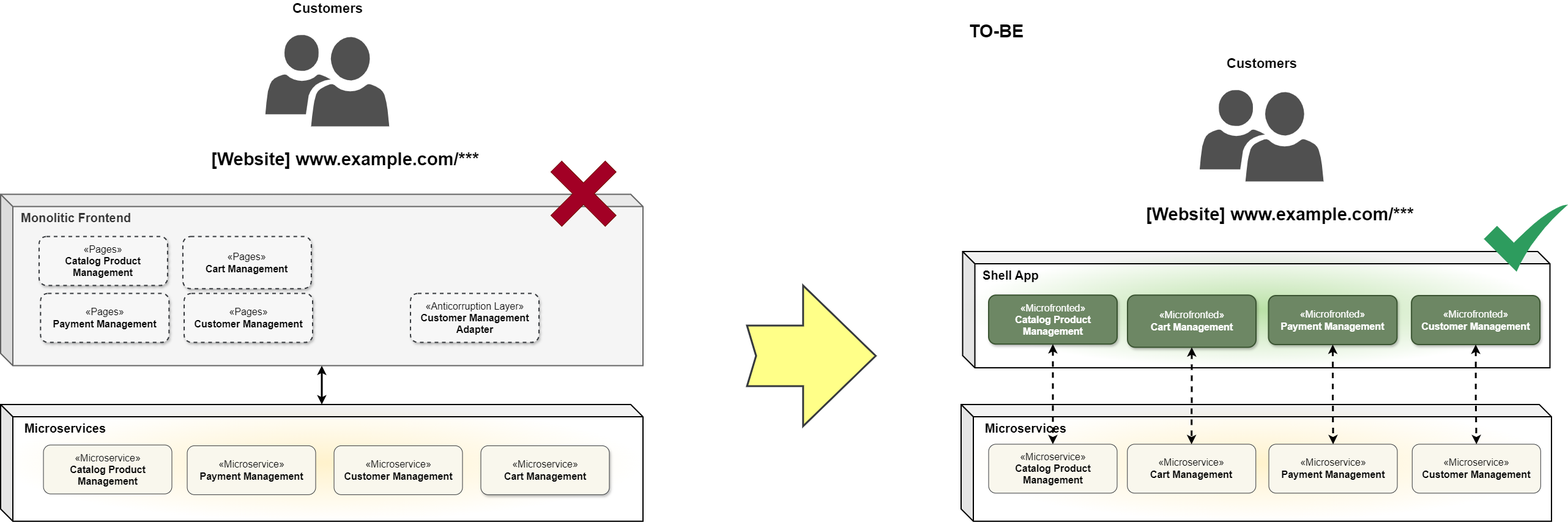
Earlier version of the draw.io export images/Strangler_Fig_To_Be.png (soryan01/strangler-fig-microfrontend). Source tidied: cells renumbered, new cells last; positions are measured from the earlier drawing's top-left corner, leaving out a move shared by most shapes. Source of this version:
```xml
<mxGraphModel>
  <root>
    <mxCell id="0" />
    <mxCell id="1" parent="0" />
    <mxCell id="2" value="&lt;b style=&quot;font-size: 20px;&quot;&gt;&amp;nbsp; Shell App&lt;/b&gt;" style="shape=cube;whiteSpace=wrap;html=1;boundedLbl=1;backgroundOutline=1;darkOpacity=0.05;darkOpacity2=0.1;align=left;verticalAlign=top;shadow=0;gradientColor=#FFFFFF;fillColor=#B9E0A5;gradientDirection=radial;strokeWidth=2;strokeColor=default;fontFamily=Helvetica;fontSize=12;fontColor=default;" parent="1" vertex="1">
      <mxGeometry x="1572.5" y="384.5" width="960" height="190" as="geometry" />
    </mxCell>
    <mxCell id="3" value="&lt;font style=&quot;font-size: 16px;&quot;&gt;«Microfronted»&lt;br style=&quot;&quot;&gt;&lt;b&gt;Customer Management&lt;/b&gt;&lt;/font&gt;" style="html=1;whiteSpace=wrap;fontSize=9;rounded=1;align=center;verticalAlign=middle;fontFamily=Helvetica;fillColor=#6d8764;fontColor=#ffffff;strokeColor=#3A5431;shadow=1;strokeWidth=2;" parent="1" vertex="1">
      <mxGeometry x="2306.2" y="456.5" width="210" height="80" as="geometry" />
    </mxCell>
    <mxCell id="4" value="&lt;font style=&quot;font-size: 16px;&quot;&gt;«Microfronted»&lt;br style=&quot;&quot;&gt;&lt;b&gt;Cart Management&lt;/b&gt;&lt;/font&gt;" style="html=1;whiteSpace=wrap;fontSize=9;rounded=1;align=center;verticalAlign=middle;fontFamily=Helvetica;fillColor=#6d8764;fontColor=#ffffff;strokeColor=#3A5431;shadow=1;strokeWidth=2;" parent="1" vertex="1">
      <mxGeometry x="1842" y="455.8" width="210" height="85.2" as="geometry" />
    </mxCell>
    <mxCell id="5" value="&lt;font style=&quot;font-size: 16px;&quot;&gt;«Microfronted»&lt;br style=&quot;&quot;&gt;&lt;b&gt;Payment Management&lt;/b&gt;&lt;/font&gt;" style="html=1;whiteSpace=wrap;fontSize=9;rounded=1;align=center;verticalAlign=middle;fontFamily=Helvetica;fillColor=#6d8764;fontColor=#ffffff;strokeColor=#3A5431;shadow=1;strokeWidth=2;" parent="1" vertex="1">
      <mxGeometry x="2072.5" y="456.5" width="210" height="80" as="geometry" />
    </mxCell>
    <mxCell id="6" value="&lt;font style=&quot;font-size: 16px;&quot;&gt;«Microfronted»&lt;br style=&quot;&quot;&gt;&lt;b&gt;Catalog Product Management&lt;/b&gt;&lt;/font&gt;" style="html=1;whiteSpace=wrap;fontSize=9;rounded=1;align=center;verticalAlign=middle;fontFamily=Helvetica;fillColor=#6d8764;strokeColor=#3A5431;shadow=1;strokeWidth=2;fontColor=#ffffff;" parent="1" vertex="1">
      <mxGeometry x="1615" y="455.8" width="210" height="80" as="geometry" />
    </mxCell>
    <mxCell id="7" value="&lt;span style=&quot;font-size: 20px;&quot;&gt;&lt;b&gt;&amp;nbsp; &amp;nbsp;Microservices&lt;/b&gt;&lt;/span&gt;" style="shape=cube;whiteSpace=wrap;html=1;boundedLbl=1;backgroundOutline=1;darkOpacity=0.05;darkOpacity2=0.1;align=left;verticalAlign=top;shadow=0;gradientColor=#FFFFFF;fillColor=#FFF2CC;gradientDirection=radial;strokeWidth=2;" parent="1" vertex="1">
      <mxGeometry x="1570" y="634.5" width="965" height="190.8" as="geometry" />
    </mxCell>
    <mxCell id="8" value="&lt;span style=&quot;font-size: 16px;&quot;&gt;«Microservice»&lt;/span&gt;&lt;br style=&quot;font-size: 16px;&quot;&gt;&lt;b style=&quot;font-size: 16px;&quot;&gt;Payment Management&lt;/b&gt;" style="html=1;whiteSpace=wrap;fontSize=9;rounded=1;align=center;verticalAlign=middle;fontFamily=Helvetica;fillColor=#f9f7ed;fontColor=default;strokeColor=#36393d;" parent="1" vertex="1">
      <mxGeometry x="2073" y="699.4" width="210" height="80" as="geometry" />
    </mxCell>
    <mxCell id="9" value="&lt;span style=&quot;font-size: 16px;&quot;&gt;«Microservice»&lt;/span&gt;&lt;br style=&quot;font-size: 16px;&quot;&gt;&lt;b style=&quot;font-size: 16px;&quot;&gt;Customer Management&lt;/b&gt;" style="html=1;whiteSpace=wrap;fontSize=9;rounded=1;align=center;verticalAlign=middle;fontFamily=Helvetica;fillColor=#f9f7ed;fontColor=default;strokeColor=#36393d;" parent="1" vertex="1">
      <mxGeometry x="2307.3" y="699.4" width="210" height="80" as="geometry" />
    </mxCell>
    <mxCell id="10" value="&lt;span style=&quot;font-size: 16px;&quot;&gt;«Microservice»&lt;/span&gt;&lt;br style=&quot;font-size: 16px;&quot;&gt;&lt;b style=&quot;font-size: 16px;&quot;&gt;Cart Management&lt;/b&gt;" style="html=1;whiteSpace=wrap;fontSize=9;rounded=1;align=center;verticalAlign=middle;fontFamily=Helvetica;fillColor=#f9f7ed;fontColor=default;strokeColor=#36393d;" parent="1" vertex="1">
      <mxGeometry x="1841.8" y="699.4" width="210" height="80" as="geometry" />
    </mxCell>
    <mxCell id="11" value="&lt;font style=&quot;font-size: 16px;&quot;&gt;«Microservice»&lt;br style=&quot;&quot;&gt;&lt;b&gt;Catalog Product Management&lt;/b&gt;&lt;/font&gt;" style="html=1;whiteSpace=wrap;fontSize=9;rounded=1;align=center;verticalAlign=middle;fontFamily=Helvetica;fillColor=#f9f7ed;strokeColor=#36393d;" parent="1" vertex="1">
      <mxGeometry x="1615" y="699.4" width="210" height="80" as="geometry" />
    </mxCell>
    <mxCell id="12" style="edgeStyle=orthogonalEdgeStyle;rounded=0;jettySize=auto;html=1;dashed=1;strokeColor=default;strokeWidth=3;align=center;verticalAlign=middle;fontFamily=Helvetica;fontSize=11;fontColor=default;labelBackgroundColor=default;endArrow=classic;exitX=0.5;exitY=1;exitDx=0;exitDy=0;entryX=0.5;entryY=0;entryDx=0;entryDy=0;startArrow=classic;startFill=1;" parent="1" edge="1" source="6" target="11">
      <mxGeometry relative="1" as="geometry" />
    </mxCell>
    <mxCell id="13" style="edgeStyle=orthogonalEdgeStyle;rounded=0;jettySize=auto;html=1;dashed=1;strokeColor=default;strokeWidth=3;align=center;verticalAlign=middle;fontFamily=Helvetica;fontSize=11;fontColor=default;labelBackgroundColor=default;endArrow=classic;exitX=0.5;exitY=1;exitDx=0;exitDy=0;startArrow=classic;startFill=1;" parent="1" edge="1" source="4" target="10">
      <mxGeometry relative="1" as="geometry" />
    </mxCell>
    <mxCell id="14" style="edgeStyle=orthogonalEdgeStyle;rounded=0;jettySize=auto;html=1;dashed=1;strokeColor=default;strokeWidth=3;align=center;verticalAlign=middle;fontFamily=Helvetica;fontSize=11;fontColor=default;labelBackgroundColor=default;endArrow=classic;startArrow=classic;startFill=1;" parent="1" edge="1" source="5" target="8">
      <mxGeometry relative="1" as="geometry" />
    </mxCell>
    <mxCell id="15" style="edgeStyle=orthogonalEdgeStyle;rounded=0;jettySize=auto;html=1;dashed=1;strokeColor=default;strokeWidth=3;align=center;verticalAlign=middle;fontFamily=Helvetica;fontSize=11;fontColor=default;labelBackgroundColor=default;endArrow=classic;startArrow=classic;startFill=1;" parent="1" edge="1" source="3" target="9">
      <mxGeometry relative="1" as="geometry" />
    </mxCell>
    <mxCell id="16" style="edgeStyle=orthogonalEdgeStyle;rounded=0;jettySize=auto;html=1;startArrow=classic;startFill=1;strokeWidth=3;" parent="1" edge="1" source="17" target="24">
      <mxGeometry relative="1" as="geometry" />
    </mxCell>
    <mxCell id="17" value="&lt;span style=&quot;font-size: 20px;&quot;&gt;&lt;b&gt;&amp;nbsp; Monolitic Frontend&lt;/b&gt;&lt;/span&gt;" style="shape=cube;whiteSpace=wrap;html=1;boundedLbl=1;backgroundOutline=1;darkOpacity=0.05;darkOpacity2=0.1;align=left;verticalAlign=top;shadow=0;gradientDirection=radial;strokeWidth=2;fillColor=#f5f5f5;fontColor=#333333;strokeColor=#666666;" parent="1" vertex="1">
      <mxGeometry y="291" width="1050" height="280" as="geometry" />
    </mxCell>
    <mxCell id="18" value="&lt;font style=&quot;font-size: 16px;&quot;&gt;«Pages»&lt;br style=&quot;&quot;&gt;&lt;b&gt;Customer Management&lt;/b&gt;&lt;/font&gt;" style="html=1;whiteSpace=wrap;fontSize=9;rounded=1;align=center;verticalAlign=middle;fontFamily=Helvetica;fillColor=#F7F7F7;fontColor=#000000;strokeColor=#36393d;dashed=1;strokeWidth=2;gradientColor=none;shadow=1;" parent="1" vertex="1">
      <mxGeometry x="300" y="453" width="210" height="80" as="geometry" />
    </mxCell>
    <mxCell id="19" value="&lt;font style=&quot;font-size: 16px;&quot;&gt;«Pages»&lt;br style=&quot;&quot;&gt;&lt;b&gt;Cart Management&lt;/b&gt;&lt;/font&gt;" style="html=1;whiteSpace=wrap;fontSize=9;rounded=1;align=center;verticalAlign=middle;fontFamily=Helvetica;fillColor=#F7F7F7;fontColor=#000000;strokeColor=#36393d;shadow=1;dashed=1;strokeWidth=2;gradientColor=none;" parent="1" vertex="1">
      <mxGeometry x="297.9" y="360" width="210" height="85.2" as="geometry" />
    </mxCell>
    <mxCell id="20" value="&lt;font style=&quot;font-size: 16px;&quot;&gt;«Pages»&lt;br style=&quot;&quot;&gt;&lt;b&gt;Payment Management&lt;/b&gt;&lt;/font&gt;" style="html=1;whiteSpace=wrap;fontSize=9;rounded=1;align=center;verticalAlign=middle;fontFamily=Helvetica;fillColor=#F7F7F7;fontColor=#000000;strokeColor=#36393d;shadow=1;dashed=1;strokeWidth=2;gradientColor=none;" parent="1" vertex="1">
      <mxGeometry x="65.3" y="453" width="210" height="80" as="geometry" />
    </mxCell>
    <mxCell id="21" value="&lt;font style=&quot;font-size: 16px;&quot;&gt;«Pages»&lt;br style=&quot;&quot;&gt;&lt;b&gt;Catalog Product Management&lt;/b&gt;&lt;/font&gt;" style="html=1;whiteSpace=wrap;fontSize=9;rounded=1;align=center;verticalAlign=middle;fontFamily=Helvetica;fillColor=#F7F7F7;strokeColor=#36393d;shadow=1;dashed=1;strokeWidth=2;fontColor=#000000;gradientColor=none;" parent="1" vertex="1">
      <mxGeometry x="62.9" y="360" width="210" height="80" as="geometry" />
    </mxCell>
    <mxCell id="22" value="&lt;font style=&quot;font-size: 16px;&quot;&gt;«Anticorruption Layer»&lt;br style=&quot;&quot;&gt;&lt;b&gt;Customer Management Adapter&lt;/b&gt;&lt;/font&gt;" style="html=1;whiteSpace=wrap;fontSize=9;rounded=1;align=center;verticalAlign=middle;fontFamily=Helvetica;fillColor=#F7F7F7;strokeColor=#36393d;strokeWidth=2;fontColor=#000000;shadow=1;dashed=1;gradientColor=none;" parent="1" vertex="1">
      <mxGeometry x="670" y="453" width="210" height="80" as="geometry" />
    </mxCell>
    <mxCell id="23" style="shape=cross;whiteSpace=wrap;html=1;fillColor=#a20025;strokeColor=#6F0000;rotation=45;fontColor=#ffffff;" parent="1" vertex="1">
      <mxGeometry x="890" y="227.2" width="125.5" height="125.5" as="geometry" />
    </mxCell>
    <mxCell id="24" value="&lt;span style=&quot;font-size: 20px;&quot;&gt;&lt;b&gt;&amp;nbsp; &amp;nbsp;Microservices&lt;/b&gt;&lt;/span&gt;" style="shape=cube;whiteSpace=wrap;html=1;boundedLbl=1;backgroundOutline=1;darkOpacity=0.05;darkOpacity2=0.1;align=left;verticalAlign=top;shadow=0;gradientColor=#FFFFFF;fillColor=#FFF2CC;gradientDirection=radial;strokeWidth=2;" parent="1" vertex="1">
      <mxGeometry y="634.5" width="1050" height="190.8" as="geometry" />
    </mxCell>
    <mxCell id="25" value="&lt;font style=&quot;font-size: 16px;&quot;&gt;«Microservice»&lt;br style=&quot;&quot;&gt;&lt;b&gt;Customer Management&lt;/b&gt;&lt;/font&gt;" style="html=1;whiteSpace=wrap;fontSize=9;rounded=1;align=center;verticalAlign=middle;fontFamily=Helvetica;fillColor=#f9f7ed;fontColor=default;strokeColor=#36393d;" parent="1" vertex="1">
      <mxGeometry x="545" y="701.9" width="210" height="80" as="geometry" />
    </mxCell>
    <mxCell id="26" value="&lt;font style=&quot;font-size: 16px;&quot;&gt;«Microservice»&lt;br style=&quot;&quot;&gt;&lt;b&gt;Cart Management&lt;/b&gt;&lt;/font&gt;" style="html=1;whiteSpace=wrap;fontSize=9;rounded=1;align=center;verticalAlign=middle;fontFamily=Helvetica;fillColor=#f9f7ed;fontColor=default;strokeColor=#36393d;shadow=1;" parent="1" vertex="1">
      <mxGeometry x="785" y="701.9" width="210" height="80" as="geometry" />
    </mxCell>
    <mxCell id="27" value="&lt;font style=&quot;font-size: 16px;&quot;&gt;«Microservice»&lt;br style=&quot;&quot;&gt;&lt;b&gt;Payment Management&lt;/b&gt;&lt;/font&gt;" style="html=1;whiteSpace=wrap;fontSize=9;rounded=1;align=center;verticalAlign=middle;fontFamily=Helvetica;fillColor=#f9f7ed;fontColor=default;strokeColor=#36393d;" parent="1" vertex="1">
      <mxGeometry x="305" y="701.9" width="210" height="80" as="geometry" />
    </mxCell>
    <mxCell id="28" value="&lt;font style=&quot;font-size: 16px;&quot;&gt;«Microservice»&lt;br style=&quot;&quot;&gt;&lt;b&gt;Catalog Product Management&lt;/b&gt;&lt;/font&gt;" style="html=1;whiteSpace=wrap;fontSize=9;rounded=1;align=center;verticalAlign=middle;fontFamily=Helvetica;fillColor=#f9f7ed;strokeColor=#36393d;" parent="1" vertex="1">
      <mxGeometry x="70" y="700.6" width="210" height="80" as="geometry" />
    </mxCell>
    <mxCell id="29" style="sketch=0;html=1;strokeColor=none;shadow=0;align=center;fillColor=#2D9C5E;verticalAlign=top;labelPosition=center;verticalLabelPosition=bottom;shape=mxgraph.gcp2.check;" parent="1" vertex="1">
      <mxGeometry x="2424.5" y="307.5" width="137.5" height="110" as="geometry" />
    </mxCell>
    <mxCell id="30" style="html=1;shadow=0;dashed=0;align=center;verticalAlign=middle;shape=mxgraph.arrows2.arrow;dy=0.57;dx=118.72;notch=15;fillColor=#ffff88;strokeColor=#36393d;strokeWidth=3;" parent="1" vertex="1">
      <mxGeometry x="1220" y="440" width="210.4" height="230" as="geometry" />
    </mxCell>
    <mxCell id="31" value="&lt;b&gt;Customers&lt;/b&gt;&lt;div&gt;&lt;br&gt;&lt;/div&gt;" style="sketch=0;shadow=0;dashed=0;html=1;strokeColor=none;labelPosition=center;verticalLabelPosition=top;verticalAlign=bottom;align=center;fillColor=#505050;shape=mxgraph.mscae.intune.user_group;fontSize=22;" parent="1" vertex="1">
      <mxGeometry x="1960" y="120" width="202.6" height="149.9" as="geometry" />
    </mxCell>
    <object id="32" label="&lt;font style=&quot;font-size: 29px;&quot;&gt;&lt;b style=&quot;font-size: 29px;&quot;&gt;&lt;div style=&quot;text-align: left; font-size: 29px;&quot;&gt;%c4Name%&lt;/div&gt;&lt;/b&gt;&lt;/font&gt;&lt;div style=&quot;text-align: left; font-size: 29px;&quot;&gt;%c4Description%&lt;/div&gt;" c4Description="" c4Name="[Website] www.example.com/***" c4Type="ContainerDiagramTitle" placeholders="1">
      <mxCell style="text;html=1;strokeColor=none;fillColor=none;align=left;verticalAlign=top;whiteSpace=wrap;rounded=0;fontFamily=Helvetica;fontSize=29;fontColor=default;" parent="1" vertex="1">
        <mxGeometry x="1870" y="300" width="537.2" height="40" as="geometry" />
      </mxCell>
    </object>
    <mxCell id="33" value="&lt;b&gt;Customers&lt;/b&gt;&lt;div&gt;&lt;br&gt;&lt;/div&gt;" style="sketch=0;shadow=0;dashed=0;html=1;strokeColor=none;labelPosition=center;verticalLabelPosition=top;verticalAlign=bottom;align=center;fillColor=#505050;shape=mxgraph.mscae.intune.user_group;fontSize=22;" parent="1" vertex="1">
      <mxGeometry x="432.8" y="30" width="202.6" height="149.9" as="geometry" />
    </mxCell>
    <object id="34" label="&lt;font style=&quot;font-size: 29px;&quot;&gt;&lt;b style=&quot;font-size: 29px;&quot;&gt;&lt;div style=&quot;text-align: left; font-size: 29px;&quot;&gt;%c4Name%&lt;/div&gt;&lt;/b&gt;&lt;/font&gt;&lt;div style=&quot;text-align: left; font-size: 29px;&quot;&gt;%c4Description%&lt;/div&gt;" c4Description="" c4Name="[Website] www.example.com/***" c4Type="ContainerDiagramTitle" placeholders="1">
      <mxCell style="text;html=1;strokeColor=none;fillColor=none;align=left;verticalAlign=top;whiteSpace=wrap;rounded=0;fontFamily=Helvetica;fontSize=29;fontColor=default;" parent="1" vertex="1">
        <mxGeometry x="342.8" y="210" width="537.2" height="40" as="geometry" />
      </mxCell>
    </object>
    <mxCell id="35" value="TO-BE" style="text;html=1;align=center;verticalAlign=middle;strokeColor=none;fillColor=none;fontSize=29;fontStyle=1;" parent="1" vertex="1">
      <mxGeometry x="1572.5" y="-0.1" width="110" height="50" as="geometry" />
    </mxCell>
  </root>
</mxGraphModel>
```
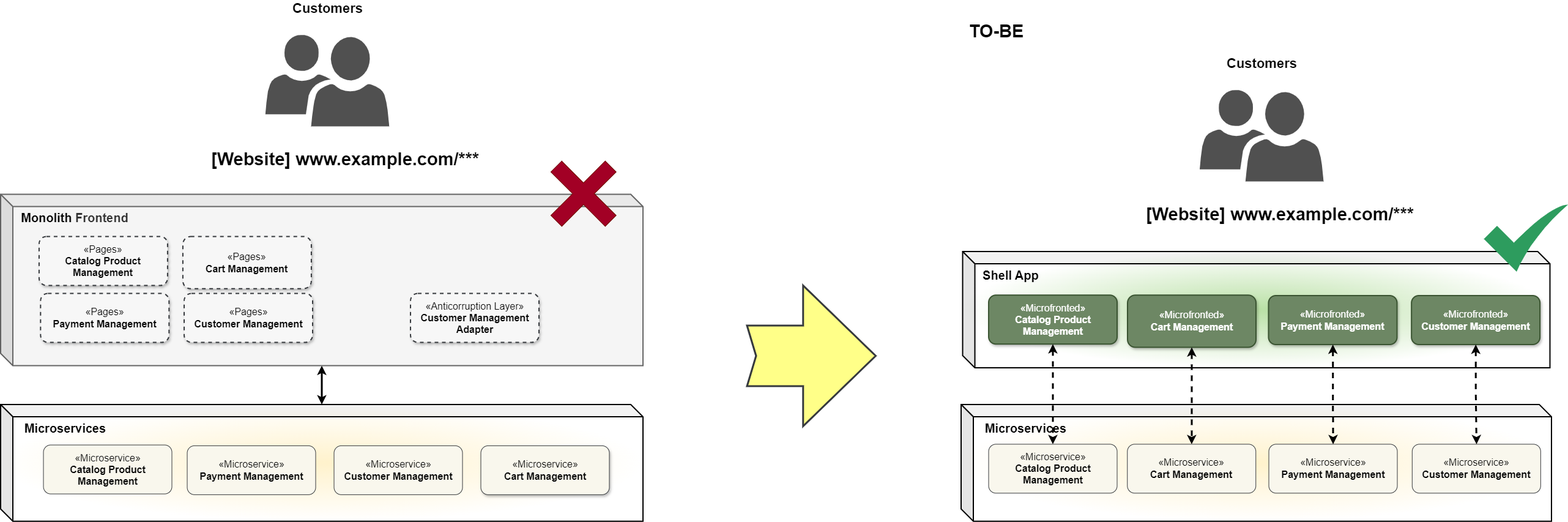
After the commit.

What changed in the source:
```diff
@@ -47,7 +47,7 @@
     <mxCell id="16" style="edgeStyle=orthogonalEdgeStyle;rounded=0;jettySize=auto;html=1;startArrow=classic;startFill=1;strokeWidth=3;" parent="1" edge="1" source="17" target="24">
       <mxGeometry relative="1" as="geometry" />
     </mxCell>
-    <mxCell id="17" value="&lt;span style=&quot;font-size: 20px;&quot;&gt;&lt;b&gt;&amp;nbsp; Monolitic Frontend&lt;/b&gt;&lt;/span&gt;" style="shape=cube;whiteSpace=wrap;html=1;boundedLbl=1;backgroundOutline=1;darkOpacity=0.05;darkOpacity2=0.1;align=left;verticalAlign=top;shadow=0;gradientDirection=radial;strokeWidth=2;fillColor=#f5f5f5;fontColor=#333333;strokeColor=#666666;" parent="1" vertex="1">
+    <mxCell id="17" value="&lt;span style=&quot;font-size: 20px;&quot;&gt;&lt;b&gt;&amp;nbsp;&amp;nbsp;&lt;/b&gt;&lt;/span&gt;&lt;b style=&quot;color: rgb(0, 0, 0); font-size: 20px;&quot;&gt;Monolith&amp;nbsp;&lt;/b&gt;&lt;span style=&quot;font-size: 20px;&quot;&gt;&lt;b&gt;Frontend&lt;/b&gt;&lt;/span&gt;" style="shape=cube;whiteSpace=wrap;html=1;boundedLbl=1;backgroundOutline=1;darkOpacity=0.05;darkOpacity2=0.1;align=left;verticalAlign=top;shadow=0;gradientDirection=radial;strokeWidth=2;fillColor=#f5f5f5;fontColor=#333333;strokeColor=#666666;" parent="1" vertex="1">
       <mxGeometry y="291" width="1050" height="280" as="geometry" />
     </mxCell>
     <mxCell id="18" value="&lt;font style=&quot;font-size: 16px;&quot;&gt;«Pages»&lt;br style=&quot;&quot;&gt;&lt;b&gt;Customer Management&lt;/b&gt;&lt;/font&gt;" style="html=1;whiteSpace=wrap;fontSize=9;rounded=1;align=center;verticalAlign=middle;fontFamily=Helvetica;fillColor=#F7F7F7;fontColor=#000000;strokeColor=#36393d;dashed=1;strokeWidth=2;gradientColor=none;shadow=1;" parent="1" vertex="1">
```
